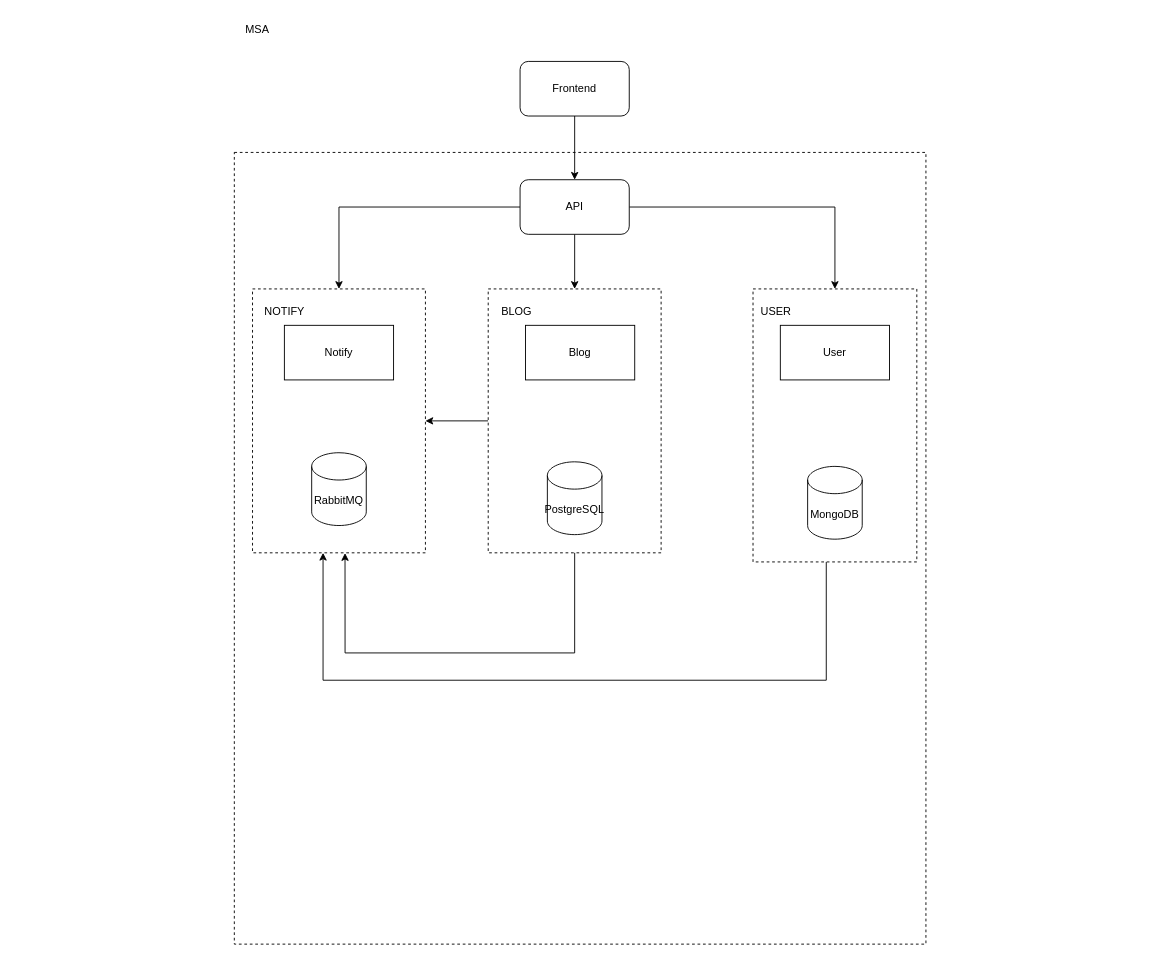
htmlacademy-nestjs/2467813-readme-6 keeps this draw.io diagram as specification.drawio. Above is the earlier version. Source tidied: cells renumbered, new cells numbered last; positions are measured from the earlier drawing's top-left corner, leaving out a move shared by most shapes. Both pictures are drawn from the tidied source at 91%, with x=0, y=0 at pixel (234, 15).
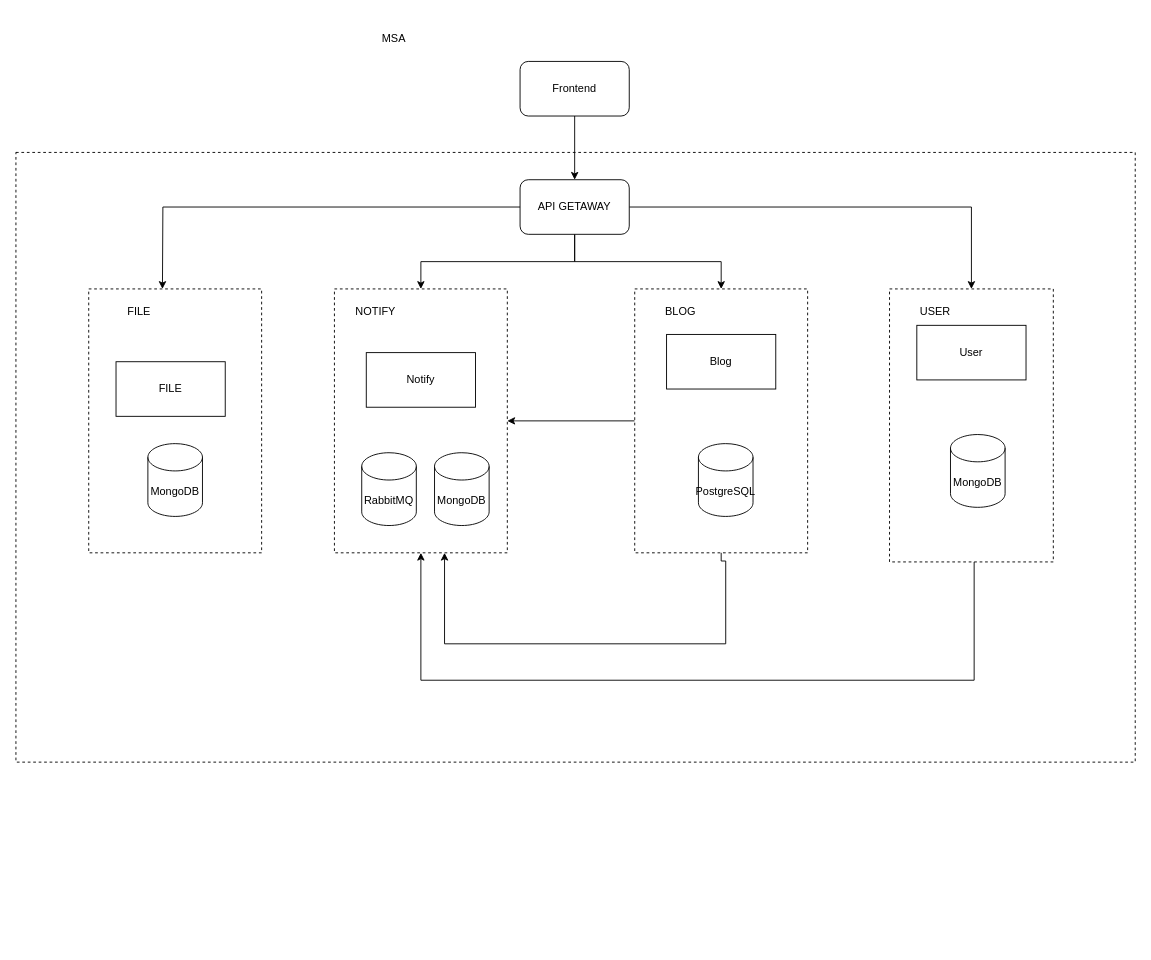
The same diagram, later.

Diff of the diagram source:
```diff
@@
     <mxCell id="2" style="rounded=0;whiteSpace=wrap;html=1;dashed=1;gradientColor=none;" parent="1" vertex="1">
-      <mxGeometry y="150" width="760" height="870" as="geometry" />
+      <mxGeometry x="-240" y="150" width="1230" height="670" as="geometry" />
     </mxCell>
     <mxCell id="3" value="MSA" style="text;html=1;align=center;verticalAlign=middle;strokeColor=none;fillColor=none;" parent="1" vertex="1">
-      <mxGeometry width="50" height="30" as="geometry" />
+      <mxGeometry x="150" y="10" width="50" height="30" as="geometry" />
     </mxCell>
@@
     <mxCell id="5" style="edgeStyle=orthogonalEdgeStyle;rounded=0;jettySize=auto;html=1;" parent="1" edge="1" source="7" target="9">
-      <mxGeometry relative="1" as="geometry" />
+      <mxGeometry relative="1" as="geometry">
+        <Array as="points">
+          <mxPoint x="374" y="270" />
+          <mxPoint x="535" y="270" />
+        </Array>
+      </mxGeometry>
     </mxCell>
     <mxCell id="6" style="edgeStyle=orthogonalEdgeStyle;rounded=0;jettySize=auto;html=1;" parent="1" edge="1" source="7" target="12">
-      <mxGeometry relative="1" as="geometry" />
+      <mxGeometry relative="1" as="geometry">
+        <Array as="points">
+          <mxPoint x="374" y="270" />
+          <mxPoint x="205" y="270" />
+        </Array>
+      </mxGeometry>
     </mxCell>
-    <mxCell id="7" value="API" style="rounded=1;whiteSpace=wrap;html=1;" parent="1" vertex="1">
+    <mxCell id="7" value="API GETAWAY" style="rounded=1;whiteSpace=wrap;html=1;" parent="1" vertex="1">
       <mxGeometry x="314" y="180" width="120" height="60" as="geometry" />
     </mxCell>
@@
     <mxCell id="9" style="rounded=0;whiteSpace=wrap;html=1;dashed=1;" parent="1" vertex="1">
-      <mxGeometry x="279" y="300" width="190" height="290" as="geometry" />
+      <mxGeometry x="440" y="300" width="190" height="290" as="geometry" />
     </mxCell>
-    <mxCell id="10" style="edgeStyle=orthogonalEdgeStyle;rounded=0;orthogonalLoop=1;jettySize=auto;html=1;entryX=0.5;entryY=1;entryDx=0;entryDy=0;exitX=0.544;exitY=0.997;exitDx=0;exitDy=0;exitPerimeter=0;" parent="1" edge="1">
+    <mxCell id="10" style="edgeStyle=orthogonalEdgeStyle;rounded=0;jettySize=auto;html=1;entryX=0.5;entryY=1;entryDx=0;entryDy=0;exitX=0.544;exitY=0.997;exitDx=0;exitDy=0;exitPerimeter=0;" parent="1" edge="1" target="12">
       <mxGeometry relative="1" as="geometry">
-        <mxPoint x="650.5" y="599.1" as="sourcePoint" />
-        <mxPoint x="97.5" y="590" as="targetPoint" />
+        <mxPoint x="813" y="599.1" as="sourcePoint" />
         <Array as="points">
-          <mxPoint x="650.5" y="730" />
-          <mxPoint x="97.5" y="730" />
+          <mxPoint x="813" y="730" />
+          <mxPoint x="205" y="730" />
         </Array>
       </mxGeometry>
     </mxCell>
     <mxCell id="11" style="rounded=0;whiteSpace=wrap;html=1;dashed=1;" parent="1" vertex="1">
-      <mxGeometry x="570" y="300" width="180" height="300" as="geometry" />
+      <mxGeometry x="720" y="300" width="180" height="300" as="geometry" />
     </mxCell>
     <mxCell id="12" style="rounded=0;whiteSpace=wrap;html=1;dashed=1;" parent="1" vertex="1">
-      <mxGeometry x="20" y="300" width="190" height="290" as="geometry" />
+      <mxGeometry x="110" y="300" width="190" height="290" as="geometry" />
     </mxCell>
     <mxCell id="13" value="USER" style="text;html=1;align=center;verticalAlign=middle;strokeColor=none;fillColor=none;" parent="1" vertex="1">
-      <mxGeometry x="565" y="310" width="60" height="30" as="geometry" />
+      <mxGeometry x="740" y="310" width="60" height="30" as="geometry" />
     </mxCell>
     <mxCell id="14" value="BLOG" style="text;html=1;align=center;verticalAlign=middle;strokeColor=none;fillColor=none;" parent="1" vertex="1">
-      <mxGeometry x="280" y="310" width="60" height="30" as="geometry" />
+      <mxGeometry x="460" y="310" width="60" height="30" as="geometry" />
     </mxCell>
     <mxCell id="15" value="&lt;span style=&quot;text-wrap: wrap;&quot;&gt;NOTIFY&lt;/span&gt;" style="text;html=1;align=center;verticalAlign=middle;strokeColor=none;fillColor=none;" parent="1" vertex="1">
-      <mxGeometry x="20" y="310" width="70" height="30" as="geometry" />
+      <mxGeometry x="120" y="310" width="70" height="30" as="geometry" />
     </mxCell>
@@
     <mxCell id="18" value="PostgreSQL" style="shape=cylinder3;whiteSpace=wrap;html=1;boundedLbl=1;backgroundOutline=1;size=15;" parent="1" vertex="1">
-      <mxGeometry x="344" y="490" width="60" height="80" as="geometry" />
+      <mxGeometry x="510" y="470" width="60" height="80" as="geometry" />
     </mxCell>
     <mxCell id="19" value="MongoDB" style="shape=cylinder3;whiteSpace=wrap;html=1;boundedLbl=1;backgroundOutline=1;size=15;" parent="1" vertex="1">
-      <mxGeometry x="630" y="495" width="60" height="80" as="geometry" />
+      <mxGeometry x="787" y="460" width="60" height="80" as="geometry" />
     </mxCell>
     <mxCell id="20" value="RabbitMQ" style="shape=cylinder3;whiteSpace=wrap;html=1;boundedLbl=1;backgroundOutline=1;size=15;" parent="1" vertex="1">
-      <mxGeometry x="85" y="480" width="60" height="80" as="geometry" />
+      <mxGeometry x="140" y="480" width="60" height="80" as="geometry" />
     </mxCell>
-    <mxCell id="21" style="edgeStyle=orthogonalEdgeStyle;rounded=0;jettySize=auto;html=1;entryX=0.535;entryY=1.001;entryDx=0;entryDy=0;entryPerimeter=0;" parent="1" edge="1" source="9" target="12">
-      <mxGeometry relative="1" as="geometry">
-        <Array as="points">
-          <mxPoint x="374" y="700" />
-          <mxPoint x="122" y="700" />
-        </Array>
-      </mxGeometry>
-    </mxCell>
     <mxCell id="22" value="Notify" style="rounded=0;whiteSpace=wrap;html=1;" parent="1" vertex="1">
-      <mxGeometry x="55" y="340" width="120" height="60" as="geometry" />
+      <mxGeometry x="145" y="370" width="120" height="60" as="geometry" />
     </mxCell>
     <mxCell id="23" value="&lt;span style=&quot;text-wrap: nowrap;&quot;&gt;Blog&lt;/span&gt;" style="rounded=0;whiteSpace=wrap;html=1;" parent="1" vertex="1">
-      <mxGeometry x="320" y="340" width="120" height="60" as="geometry" />
+      <mxGeometry x="475" y="350" width="120" height="60" as="geometry" />
     </mxCell>
     <mxCell id="24" value="&lt;span style=&quot;text-wrap: nowrap;&quot;&gt;User&lt;/span&gt;" style="rounded=0;whiteSpace=wrap;html=1;" parent="1" vertex="1">
-      <mxGeometry x="600" y="340" width="120" height="60" as="geometry" />
+      <mxGeometry x="750" y="340" width="120" height="60" as="geometry" />
     </mxCell>
+    <mxCell id="25" value="MongoDB" style="shape=cylinder3;whiteSpace=wrap;html=1;boundedLbl=1;backgroundOutline=1;size=15;" parent="1" vertex="1">
+      <mxGeometry x="220" y="480" width="60" height="80" as="geometry" />
+    </mxCell>
+    <mxCell id="26" style="rounded=0;whiteSpace=wrap;html=1;dashed=1;" parent="1" vertex="1">
+      <mxGeometry x="-160" y="300" width="190" height="290" as="geometry" />
+    </mxCell>
+    <mxCell id="27" value="&lt;span style=&quot;text-wrap: wrap;&quot;&gt;FILE&lt;/span&gt;" style="text;html=1;align=center;verticalAlign=middle;strokeColor=none;fillColor=none;" parent="1" vertex="1">
+      <mxGeometry x="-130" y="310" width="50" height="30" as="geometry" />
+    </mxCell>
+    <mxCell id="28" style="edgeStyle=orthogonalEdgeStyle;rounded=0;jettySize=auto;html=1;entryX=0.5;entryY=1;entryDx=0;entryDy=0;exitX=0.5;exitY=1;exitDx=0;exitDy=0;" parent="1" edge="1" source="9">
+      <mxGeometry relative="1" as="geometry">
+        <mxPoint x="231" y="590" as="targetPoint" />
+        <Array as="points">
+          <mxPoint x="535" y="599" />
+          <mxPoint x="540" y="599" />
+          <mxPoint x="540" y="690" />
+          <mxPoint x="231" y="690" />
+        </Array>
+      </mxGeometry>
+    </mxCell>
+    <mxCell id="29" value="FILE" style="rounded=0;whiteSpace=wrap;html=1;" parent="1" vertex="1">
+      <mxGeometry x="-130" y="380" width="120" height="60" as="geometry" />
+    </mxCell>
+    <mxCell id="30" value="MongoDB" style="shape=cylinder3;whiteSpace=wrap;html=1;boundedLbl=1;backgroundOutline=1;size=15;" parent="1" vertex="1">
+      <mxGeometry x="-95" y="470" width="60" height="80" as="geometry" />
+    </mxCell>
+    <mxCell id="31" style="edgeStyle=orthogonalEdgeStyle;rounded=0;jettySize=auto;html=1;exitX=0;exitY=0.5;exitDx=0;exitDy=0;" parent="1" edge="1" source="7">
+      <mxGeometry relative="1" as="geometry">
+        <mxPoint x="-79" y="300" as="targetPoint" />
+      </mxGeometry>
+    </mxCell>
```
